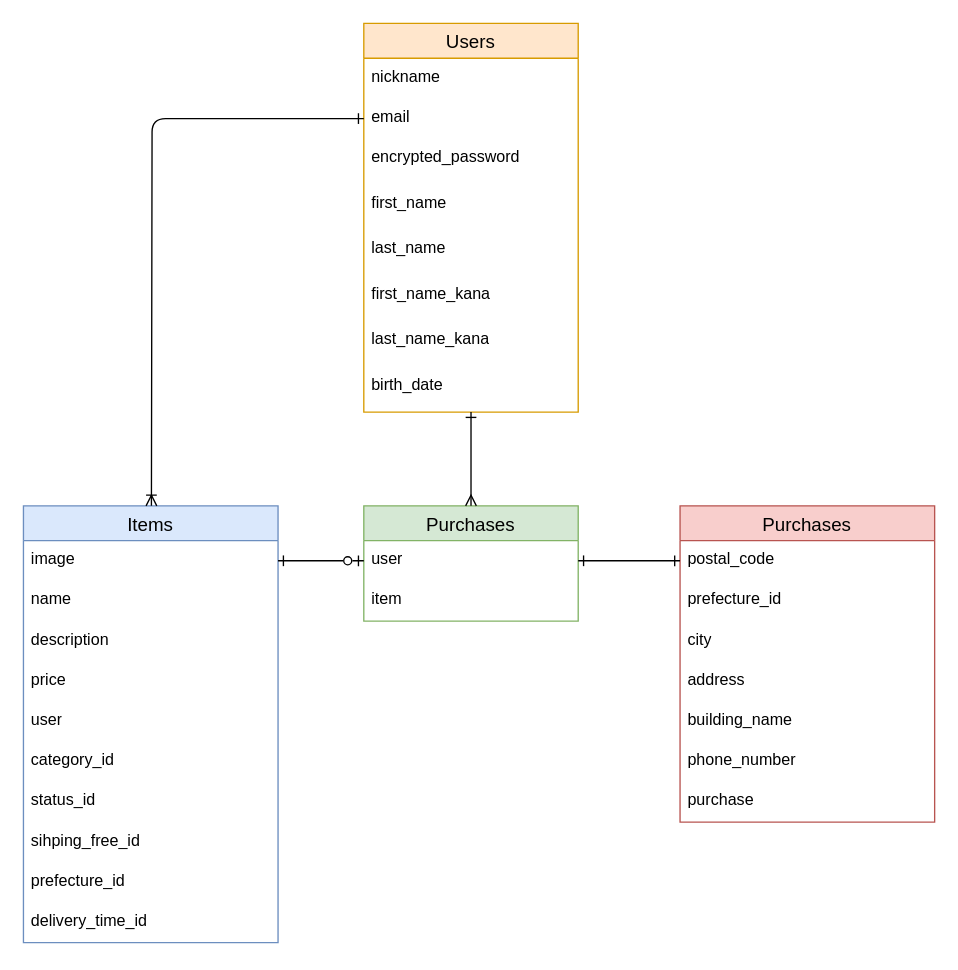
Earlier version of the draw.io diagram test.dio (nan56koko26-ai/furima-46987). Source tidied: cells renumbered, new cells numbered last; positions are measured from the earlier drawing's top-left corner, leaving out a move shared by most shapes. Both pictures are drawn from the tidied source at 134%, with x=0, y=0 at pixel (23, 23).
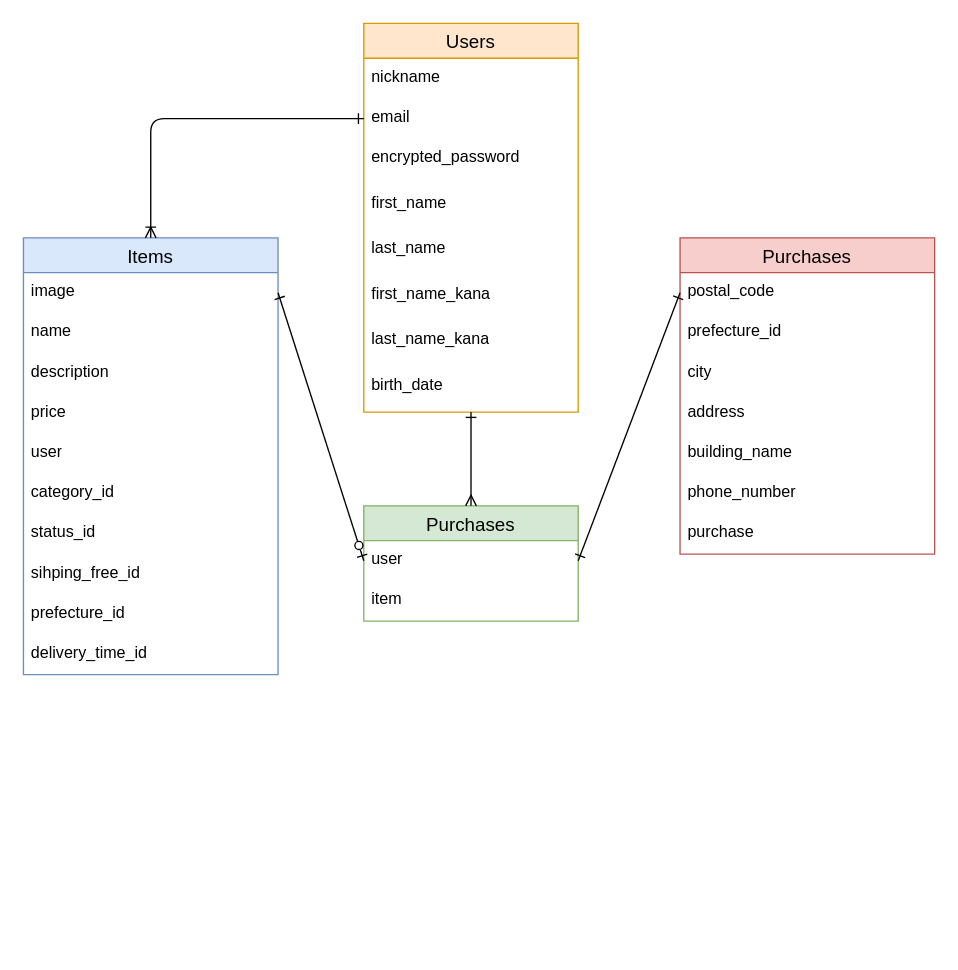
The same page after the edit.

Commit message:
データベース設計記述

The change refers to these unchanged cells:
```xml
<mxCell id="4" value="email" style="text;strokeColor=none;fillColor=none;spacingLeft=4;spacingRight=4;overflow=hidden;points=[[0,0.5],[1,0.5]];portConstraint=eastwest;fontSize=12;whiteSpace=wrap;html=1;" parent="2" vertex="1">
  <mxGeometry y="56" width="160" height="30" as="geometry" />
</mxCell>
```

What changed in the source:
```diff
@@
     <mxCell id="11" value="Items" style="swimlane;fontStyle=0;horizontal=1;startSize=26;align=center;fontSize=14;fillColor=#dae8fc;strokeColor=#6c8ebf;" parent="1" vertex="1">
-      <mxGeometry y="360" width="190" height="326" as="geometry" />
+      <mxGeometry y="160" width="190" height="326" as="geometry" />
     </mxCell>
@@
     <mxCell id="25" value="Purchases" style="swimlane;fontStyle=0;horizontal=1;startSize=26;align=center;fontSize=14;fillColor=#f8cecc;strokeColor=#b85450;" parent="1" vertex="1">
-      <mxGeometry x="490" y="360" width="190" height="236" as="geometry" />
+      <mxGeometry x="490" y="160" width="190" height="236" as="geometry" />
     </mxCell>
@@
-    <mxCell id="33" style="fontSize=12;html=1;endArrow=ERone;endFill=1;startArrow=ERoneToMany;startFill=0;entryX=0;entryY=0.5;entryDx=0;entryDy=0;exitX=0.5;exitY=0;exitDx=0;exitDy=0;edgeStyle=orthogonalEdgeStyle;" parent="1" edge="1" target="4">
-      <mxGeometry relative="1" as="geometry">
-        <mxPoint x="95.5" y="360" as="sourcePoint" />
-      </mxGeometry>
+    <mxCell id="33" style="fontSize=12;html=1;endArrow=ERone;endFill=1;startArrow=ERoneToMany;startFill=0;entryX=0;entryY=0.5;entryDx=0;entryDy=0;edgeStyle=orthogonalEdgeStyle;exitX=0.5;exitY=0;exitDx=0;exitDy=0;" parent="1" edge="1" source="11" target="4">
+      <mxGeometry relative="1" as="geometry" />
     </mxCell>
```
